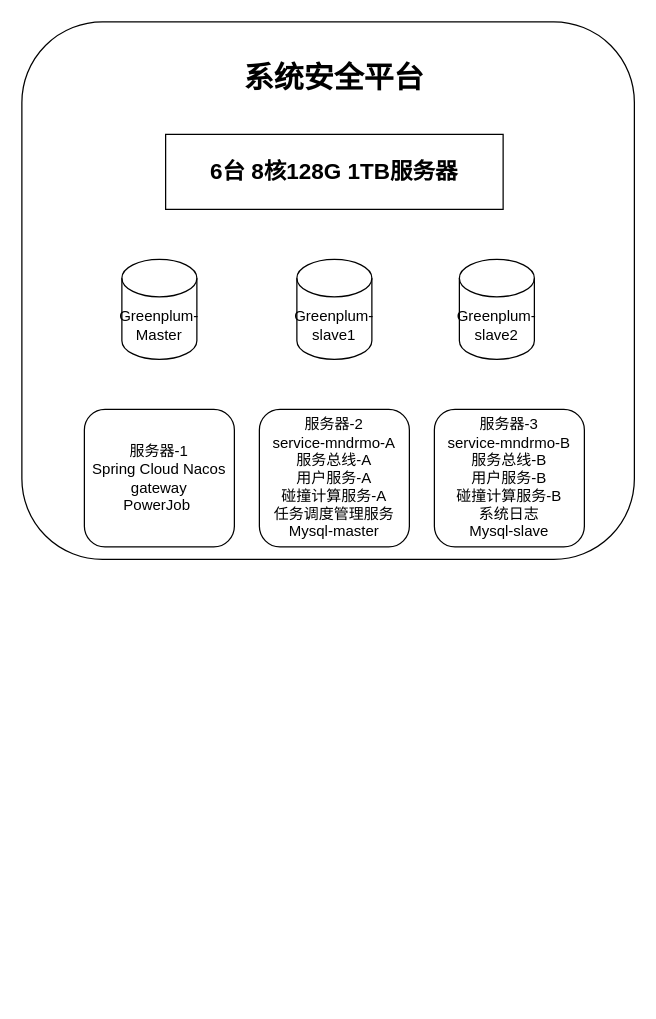
rb510086174/learngit keeps this draw.io diagram as 未命名绘图.drawio. Above is the earlier version. Source tidied: cells renumbered, new cells numbered last; positions are measured from the earlier drawing's top-left corner, leaving out a move shared by most shapes. Both pictures are drawn from the tidied source at 125%, with x=0, y=0 at pixel (21, 21).
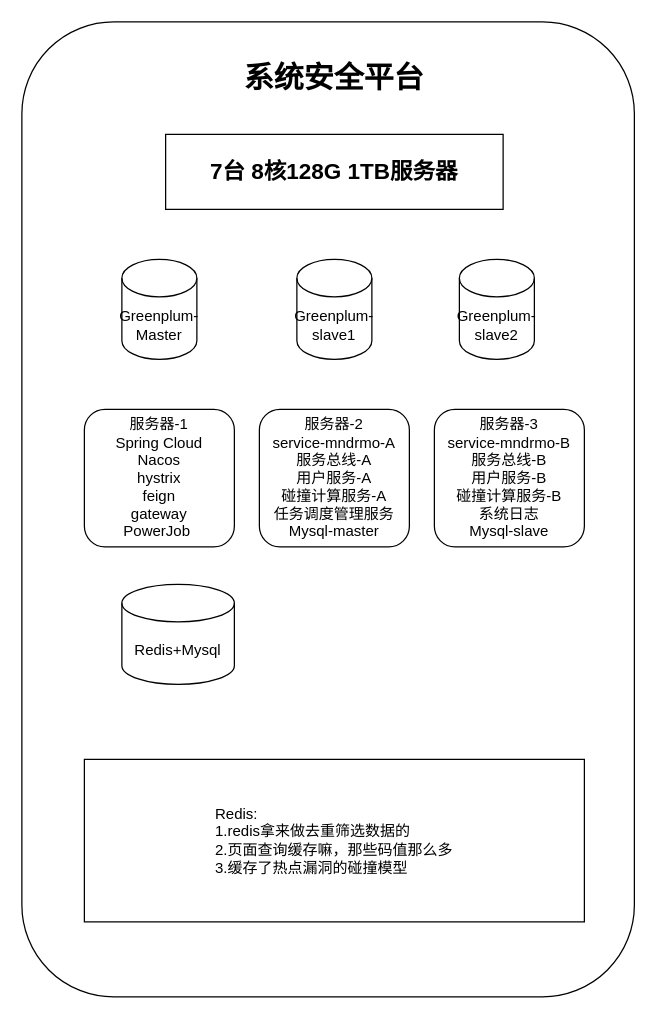
Above is the later version.

Commit message (it also covers changes not shown here):
更新未命名绘图.drawio

Diff of the diagram source:
```diff
@@
 <mxGraphModel>
   <root>
     <mxCell id="0" />
     <mxCell id="1" parent="0" />
     <mxCell id="2" style="rounded=1;whiteSpace=wrap;html=1;" parent="1" vertex="1">
-      <mxGeometry width="490" height="430" as="geometry" />
+      <mxGeometry width="490" height="780" as="geometry" />
     </mxCell>
-    <mxCell id="3" value="&lt;b&gt;&lt;font style=&quot;font-size: 18px;&quot;&gt;6台 8核128G 1TB服务器&lt;/font&gt;&lt;/b&gt;" style="rounded=0;whiteSpace=wrap;html=1;" parent="1" vertex="1">
+    <mxCell id="3" value="&lt;b&gt;&lt;font style=&quot;font-size: 18px;&quot;&gt;7台 8核128G 1TB服务器&lt;/font&gt;&lt;/b&gt;" style="rounded=0;whiteSpace=wrap;html=1;" parent="1" vertex="1">
       <mxGeometry x="115" y="90" width="270" height="60" as="geometry" />
     </mxCell>
     <mxCell id="4" value="Greenplum-Master" style="shape=cylinder3;whiteSpace=wrap;html=1;boundedLbl=1;backgroundOutline=1;size=15;" parent="1" vertex="1">
       <mxGeometry x="80" y="190" width="60" height="80" as="geometry" />
     </mxCell>
     <mxCell id="5" value="Greenplum-slave1" style="shape=cylinder3;whiteSpace=wrap;html=1;boundedLbl=1;backgroundOutline=1;size=15;" parent="1" vertex="1">
       <mxGeometry x="220" y="190" width="60" height="80" as="geometry" />
     </mxCell>
     <mxCell id="6" value="Greenplum-slave2" style="shape=cylinder3;whiteSpace=wrap;html=1;boundedLbl=1;backgroundOutline=1;size=15;" parent="1" vertex="1">
       <mxGeometry x="350" y="190" width="60" height="80" as="geometry" />
     </mxCell>
-    <mxCell id="7" value="服务器-1&lt;br&gt;Spring Cloud Nacos&lt;br&gt;gateway&lt;br&gt;PowerJob&amp;nbsp;" style="rounded=1;whiteSpace=wrap;html=1;" parent="1" vertex="1">
+    <mxCell id="7" value="服务器-1&lt;br&gt;Spring Cloud &lt;br&gt;Nacos&lt;br&gt;hystrix&lt;br&gt;feign&lt;br&gt;gateway&lt;br&gt;PowerJob&amp;nbsp;" style="rounded=1;whiteSpace=wrap;html=1;" parent="1" vertex="1">
       <mxGeometry x="50" y="310" width="120" height="110" as="geometry" />
     </mxCell>
     <mxCell id="8" value="服务器-2&lt;br&gt;service-mndrmo-A&lt;br&gt;服务总线-A&lt;br&gt;用户服务-A&lt;br&gt;碰撞计算服务-A&lt;br&gt;任务调度管理服务&lt;br&gt;Mysql-master" style="rounded=1;whiteSpace=wrap;html=1;" parent="1" vertex="1">
       <mxGeometry x="190" y="310" width="120" height="110" as="geometry" />
     </mxCell>
     <mxCell id="9" value="服务器-3&lt;br&gt;service-mndrmo-B&lt;br&gt;服务总线-B&lt;br&gt;用户服务-B&lt;br&gt;碰撞计算服务-B&lt;br&gt;系统日志&lt;br&gt;Mysql-slave" style="rounded=1;whiteSpace=wrap;html=1;" parent="1" vertex="1">
       <mxGeometry x="330" y="310" width="120" height="110" as="geometry" />
     </mxCell>
     <mxCell id="10" value="&lt;b&gt;&lt;font style=&quot;font-size: 24px;&quot;&gt;系统安全平台&lt;/font&gt;&lt;/b&gt;" style="text;html=1;strokeColor=none;fillColor=none;align=center;verticalAlign=middle;whiteSpace=wrap;rounded=0;" parent="1" vertex="1">
       <mxGeometry x="125" y="30" width="250" height="30" as="geometry" />
     </mxCell>
+    <mxCell id="11" value="&lt;div style=&quot;text-align: left;&quot;&gt;&lt;span style=&quot;background-color: initial;&quot;&gt;Redis:&amp;nbsp;&amp;nbsp;&lt;/span&gt;&lt;/div&gt;&lt;div style=&quot;text-align: left;&quot;&gt;&lt;span style=&quot;background-color: initial;&quot;&gt;1.redis拿来做去重筛选数据的&lt;/span&gt;&lt;/div&gt;&lt;div style=&quot;text-align: left;&quot;&gt;&lt;span style=&quot;background-color: initial;&quot;&gt;2.页面查询缓存嘛，那些码值那么多&lt;/span&gt;&lt;/div&gt;&lt;div style=&quot;text-align: left;&quot;&gt;&lt;span style=&quot;background-color: initial;&quot;&gt;3.缓存了热点漏洞的碰撞模型&lt;/span&gt;&lt;/div&gt;" style="rounded=0;whiteSpace=wrap;html=1;" parent="1" vertex="1">
+      <mxGeometry x="50" y="590" width="400" height="130" as="geometry" />
+    </mxCell>
+    <mxCell id="12" value="Redis+Mysql" style="shape=cylinder3;whiteSpace=wrap;html=1;boundedLbl=1;backgroundOutline=1;size=15;" parent="1" vertex="1">
+      <mxGeometry x="80" y="450" width="90" height="80" as="geometry" />
+    </mxCell>
   </root>
 </mxGraphModel>
```
